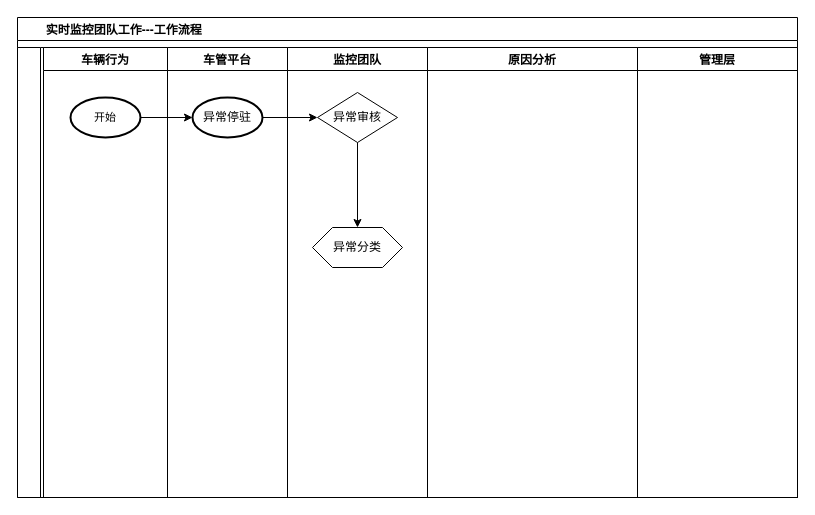
The draw.io diagram Untitled Diagram.drawio in Chef-chen/rank, before the edit. Source tidied: cells renumbered, new cells numbered last; positions are measured from the earlier drawing's top-left corner, leaving out a move shared by most shapes. Both pictures are drawn from the tidied source at 100%, with x=0, y=0 at pixel (17, 17).
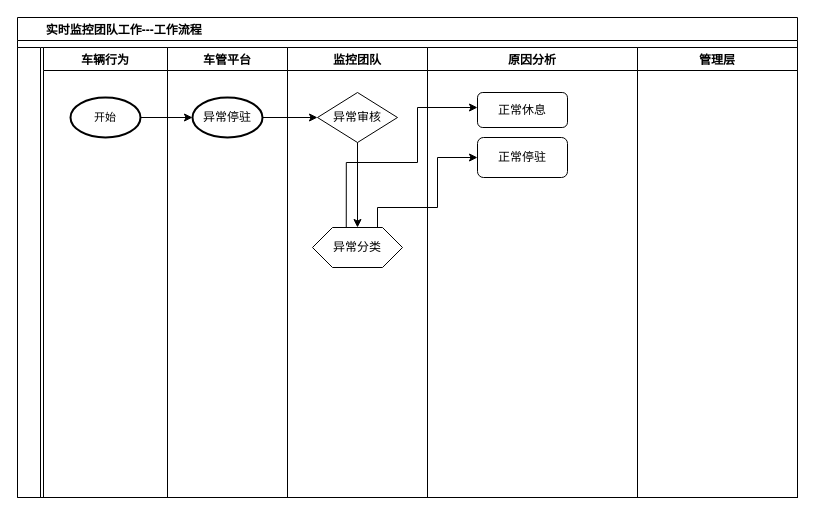
After the change.

Unchanged cells that the change refers to:
```xml
<mxCell id="3" style="swimlane;horizontal=0;align=center;" parent="2" vertex="1">
  <mxGeometry y="30" width="780" height="450" as="geometry" />
</mxCell>
<mxCell id="6" value="原因分析" style="swimlane;align=center;" parent="3" vertex="1">
  <mxGeometry x="410" width="210" height="450" as="geometry" />
</mxCell>
<mxCell id="12" value="异常分类" style="shape=hexagon;perimeter=hexagonPerimeter2;whiteSpace=wrap;html=1;fixedSize=1;" parent="10" vertex="1">
  <mxGeometry x="25" y="180" width="90" height="40" as="geometry" />
</mxCell>
```

Diff of the diagram source:
```diff
@@
+    <mxCell id="16" value="正常休息" style="rounded=1;whiteSpace=wrap;html=1;" parent="6" vertex="1">
+      <mxGeometry x="50" y="45" width="90" height="35" as="geometry" />
+    </mxCell>
+    <mxCell id="17" value="正常停驻" style="rounded=1;whiteSpace=wrap;html=1;" parent="6" vertex="1">
+      <mxGeometry x="50" y="90" width="90" height="40" as="geometry" />
+    </mxCell>
@@
+    <mxCell id="18" style="edgeStyle=orthogonalEdgeStyle;rounded=0;jettySize=auto;html=1;exitX=0.375;exitY=0;exitDx=0;exitDy=0;" parent="3" edge="1" source="12" target="16">
+      <mxGeometry relative="1" as="geometry">
+        <Array as="points">
+          <mxPoint x="329" y="115" />
+          <mxPoint x="400" y="115" />
+          <mxPoint x="400" y="60" />
+        </Array>
+      </mxGeometry>
+    </mxCell>
+    <mxCell id="19" style="edgeStyle=orthogonalEdgeStyle;rounded=0;jettySize=auto;html=1;exitX=0.625;exitY=0;exitDx=0;exitDy=0;entryX=0;entryY=0.5;entryDx=0;entryDy=0;" parent="3" edge="1" source="12" target="17">
+      <mxGeometry relative="1" as="geometry">
+        <Array as="points">
+          <mxPoint x="360" y="180" />
+          <mxPoint x="360" y="160" />
+          <mxPoint x="420" y="160" />
+          <mxPoint x="420" y="110" />
+        </Array>
+      </mxGeometry>
+    </mxCell>
```
